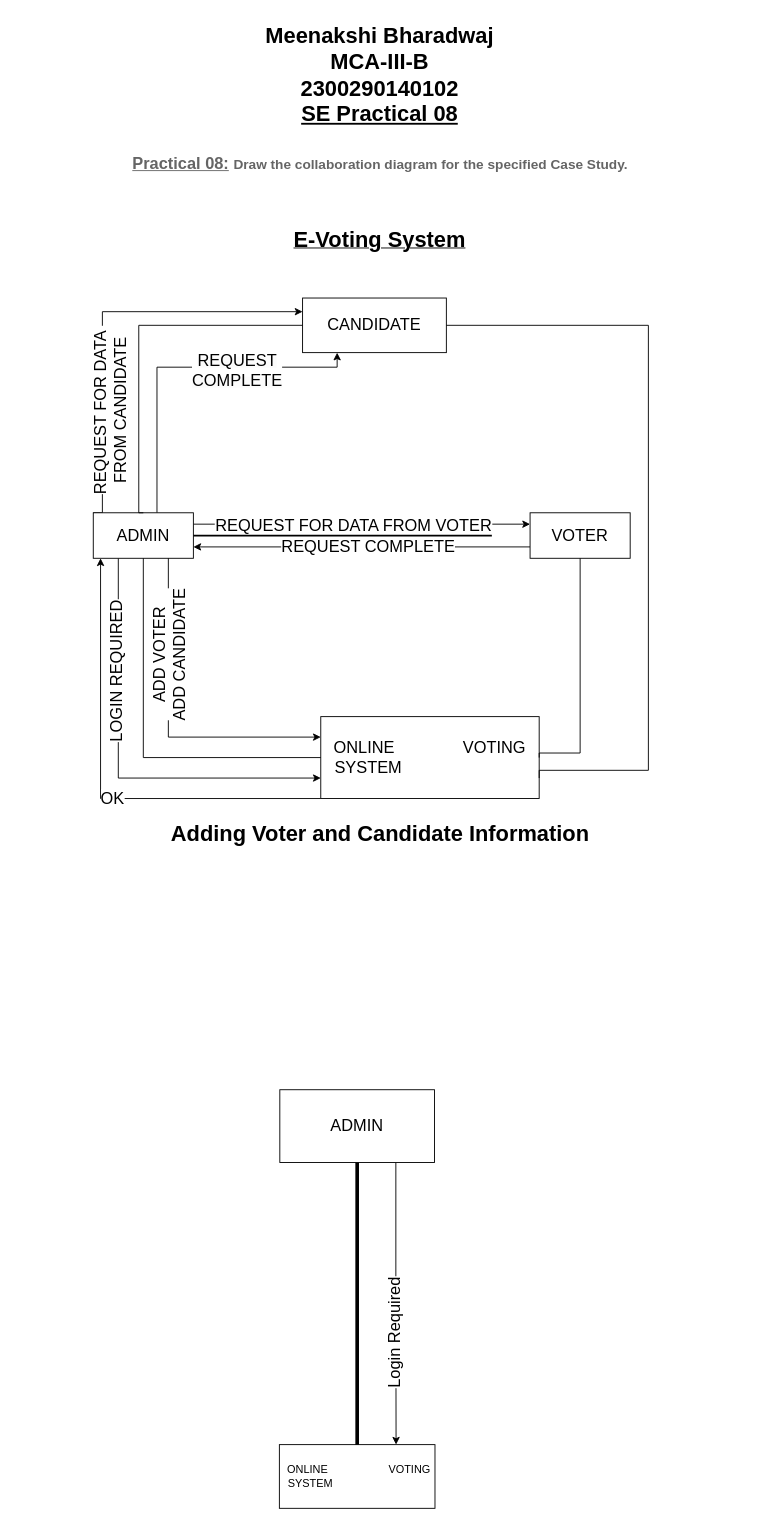
The draw.io diagram SE new 2.drawio in mbtions/drawioDiagrams, before the edit. Source tidied: cells renumbered, new cells numbered last; positions are measured from the earlier drawing's top-left corner, leaving out a move shared by most shapes. Both pictures are drawn from the tidied source at 91%, with x=0, y=0 at pixel (15, 15).
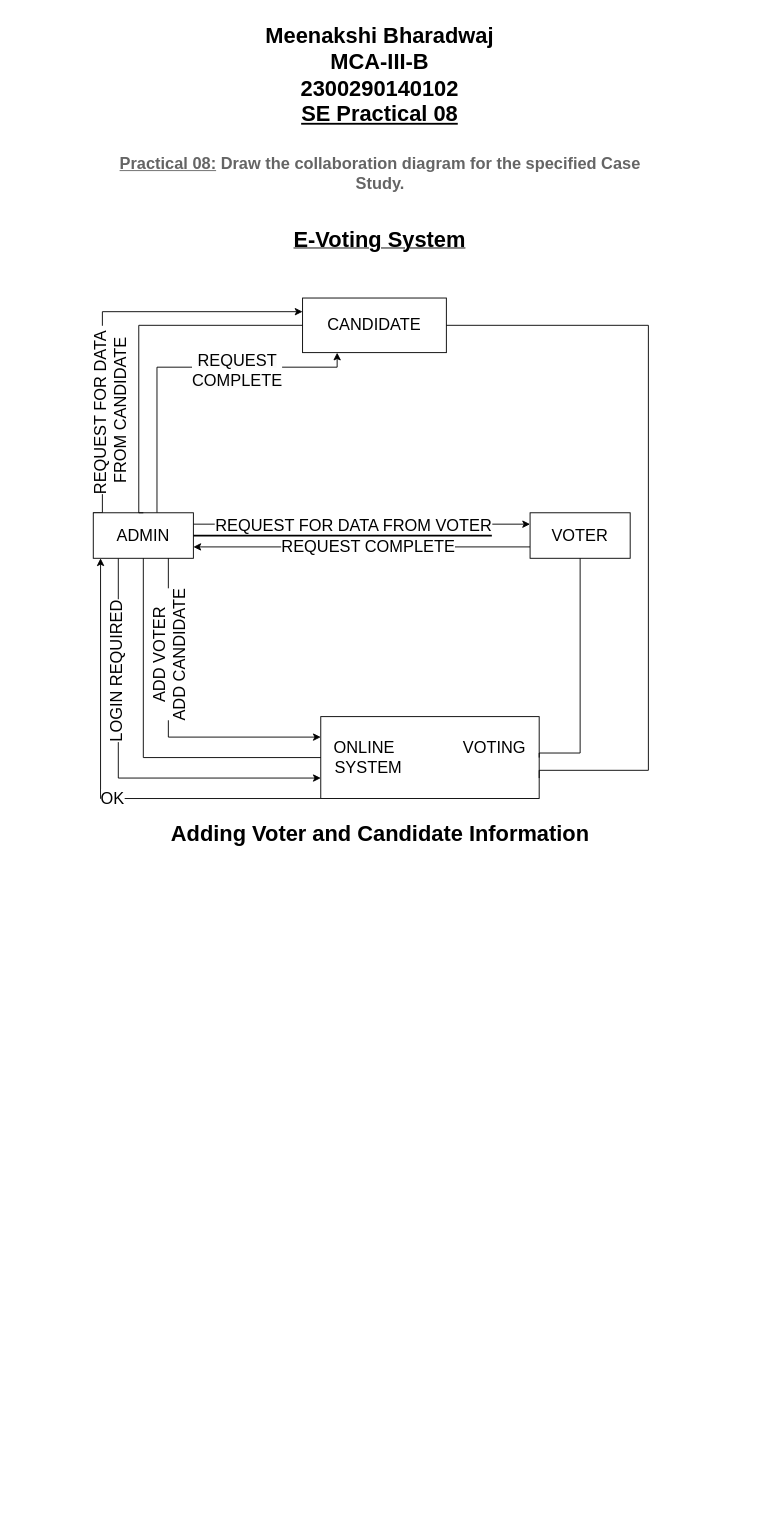
The same diagram, later.

Diff of the diagram source:
```diff
@@
-    <mxCell id="24" value="&lt;span style=&quot;color: rgb(101, 101, 101); font-family: &amp;quot;Century Gothic&amp;quot;, Arial, Helvetica, sans-serif; font-style: normal; font-variant-ligatures: normal; font-variant-caps: normal; letter-spacing: normal; orphans: 2; text-indent: 0px; text-transform: none; widows: 2; word-spacing: 0px; -webkit-text-stroke-width: 0px; white-space: normal; background-color: rgb(255, 255, 255); text-decoration-thickness: initial; text-decoration-style: initial; text-decoration-color: initial; float: none; display: inline !important;&quot;&gt;&lt;font style=&quot;font-size: 18px;&quot;&gt;&lt;u style=&quot;&quot;&gt;Practical 08:&lt;/u&gt;&amp;nbsp;&lt;/font&gt;&lt;/span&gt;&lt;span style=&quot;color: rgb(101, 101, 101); font-family: &amp;quot;Century Gothic&amp;quot;, Arial, Helvetica, sans-serif; font-size: 15px; text-align: left; background-color: rgb(255, 255, 255);&quot;&gt;Draw the collaboration diagram for the specified Case Study.&lt;/span&gt;" style="text;whiteSpace=wrap;html=1;align=center;fontStyle=1;" parent="1" vertex="1">
+    <mxCell id="24" value="&lt;font style=&quot;font-size: 18px;&quot;&gt;&lt;span style=&quot;color: rgb(101, 101, 101); font-family: &amp;quot;Century Gothic&amp;quot;, Arial, Helvetica, sans-serif; font-style: normal; font-variant-ligatures: normal; font-variant-caps: normal; letter-spacing: normal; orphans: 2; text-indent: 0px; text-transform: none; widows: 2; word-spacing: 0px; -webkit-text-stroke-width: 0px; white-space: normal; background-color: rgb(255, 255, 255); text-decoration-thickness: initial; text-decoration-style: initial; text-decoration-color: initial; float: none; display: inline !important;&quot;&gt;&lt;font style=&quot;&quot;&gt;&lt;u style=&quot;&quot;&gt;Practical 08:&lt;/u&gt;&amp;nbsp;&lt;/font&gt;&lt;/span&gt;&lt;span style=&quot;color: rgb(101, 101, 101); font-family: &amp;quot;Century Gothic&amp;quot;, Arial, Helvetica, sans-serif; text-align: left; background-color: rgb(255, 255, 255);&quot;&gt;Draw the collaboration diagram for the specified Case Study.&lt;/span&gt;&lt;/font&gt;" style="text;whiteSpace=wrap;html=1;align=center;fontStyle=1;" parent="1" vertex="1">
       <mxGeometry x="113" y="146" width="575" height="40" as="geometry" />
     </mxCell>
-    <mxCell id="25" style="edgeStyle=orthogonalEdgeStyle;rounded=0;jettySize=auto;html=1;exitX=0.75;exitY=1;exitDx=0;exitDy=0;entryX=0.75;entryY=0;entryDx=0;entryDy=0;" parent="1" edge="1" source="27" target="28">
-      <mxGeometry relative="1" as="geometry" />
-    </mxCell>
-    <mxCell id="26" value="&lt;font style=&quot;font-size: 18px;&quot;&gt;Login Required&lt;/font&gt;" style="edgeLabel;html=1;align=center;verticalAlign=middle;rotation=-90;" parent="25" vertex="1">
-      <mxGeometry x="0.21" y="-2" relative="1" as="geometry" />
-    </mxCell>
-    <mxCell id="27" value="&lt;font style=&quot;font-size: 18px;&quot;&gt;ADMIN&lt;/font&gt;" style="html=1;whiteSpace=wrap;" parent="1" vertex="1">
-      <mxGeometry x="290" y="1180" width="170" height="80" as="geometry" />
-    </mxCell>
-    <mxCell id="28" value="&amp;nbsp;ONLINE&amp;nbsp; &amp;nbsp; &amp;nbsp; &amp;nbsp; &amp;nbsp; &amp;nbsp; &amp;nbsp; &amp;nbsp; &amp;nbsp; &amp;nbsp; VOTING&lt;div&gt;&lt;span style=&quot;background-color: initial;&quot;&gt;&amp;nbsp; SYSTEM&amp;nbsp; &amp;nbsp; &amp;nbsp; &amp;nbsp; &amp;nbsp; &amp;nbsp; &amp;nbsp; &amp;nbsp; &amp;nbsp; &amp;nbsp; &amp;nbsp; &amp;nbsp; &amp;nbsp; &amp;nbsp; &amp;nbsp; &amp;nbsp; &amp;nbsp;&lt;/span&gt;&lt;/div&gt;" style="html=1;whiteSpace=wrap;" parent="1" vertex="1">
-      <mxGeometry x="289.5" y="1570" width="171" height="70" as="geometry" />
-    </mxCell>
-    <mxCell id="29" style="line;strokeWidth=4;direction=south;html=1;perimeter=backbonePerimeter;" parent="1" vertex="1">
-      <mxGeometry x="370" y="1260" width="10" height="310" as="geometry" />
-    </mxCell>
```
